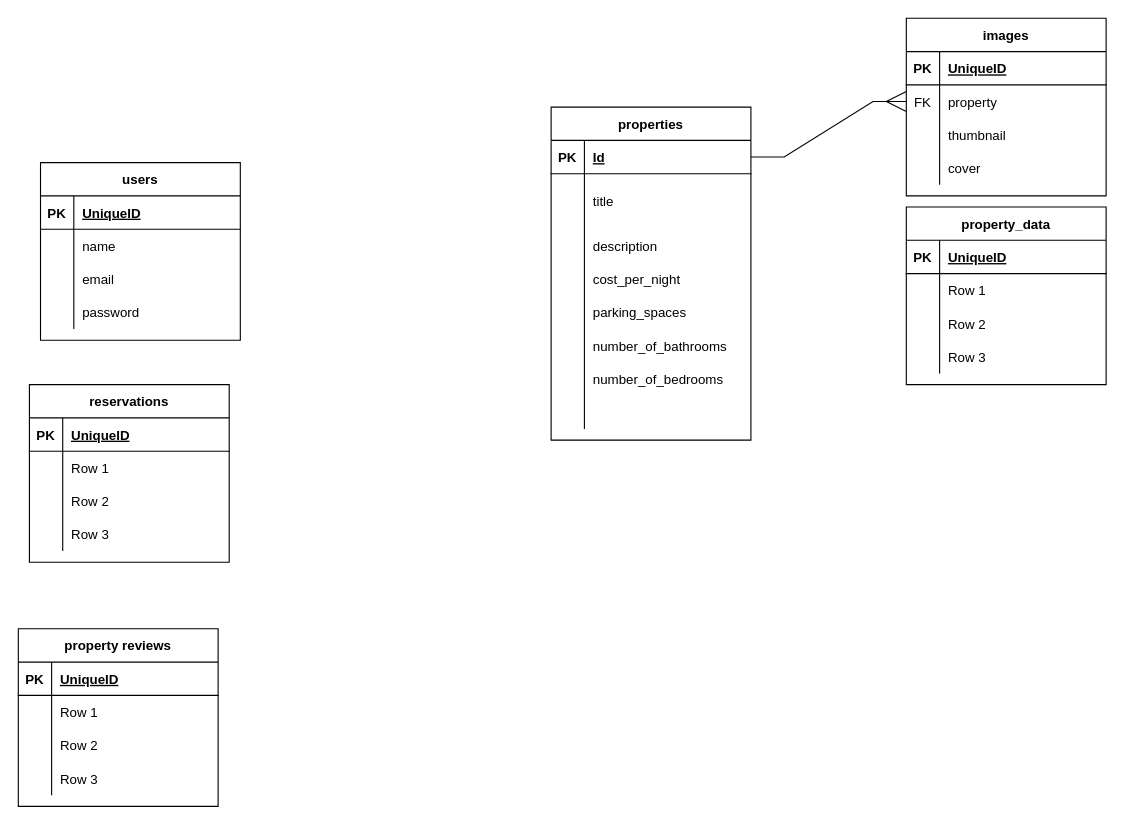
hugo-pb/lightBnB keeps this draw.io diagram as Untitled Diagram.drawio. Above is the earlier version. Source tidied: cells renumbered, new cells numbered last; positions are measured from the earlier drawing's top-left corner, leaving out a move shared by most shapes. Both pictures are drawn from the tidied source at 111%, with x=0, y=0 at pixel (18, 18).
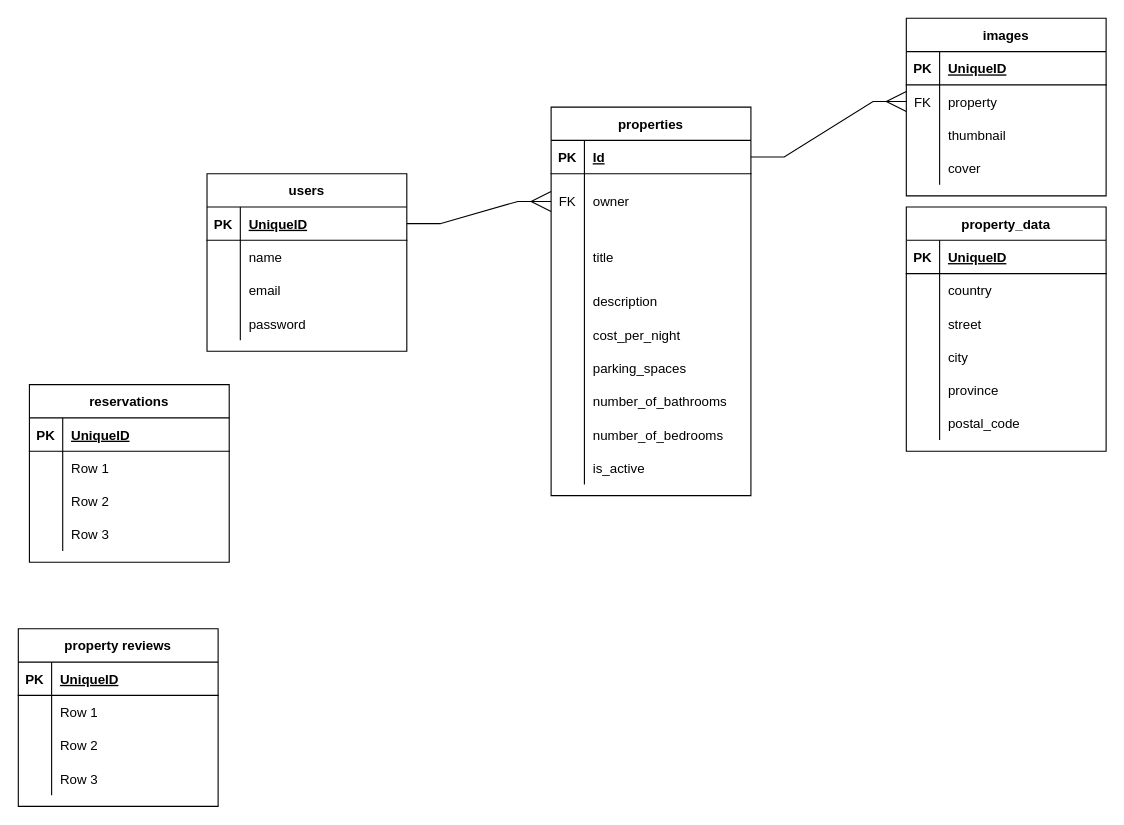
The same page after the edit.

The change refers to these unchanged cells:
```xml
<mxCell id="3" style="shape=tableRow;horizontal=0;startSize=0;swimlaneHead=0;swimlaneBody=0;fillColor=none;points=[[0,0.5],[1,0.5]];portConstraint=eastwest;top=0;left=0;right=0;bottom=1;" parent="2" vertex="1">
  <mxGeometry y="30" width="180" height="30" as="geometry" />
</mxCell>
<mxCell id="19" style="shape=tableRow;horizontal=0;startSize=0;swimlaneHead=0;swimlaneBody=0;fillColor=none;points=[[0,0.5],[1,0.5]];portConstraint=eastwest;top=0;left=0;right=0;bottom=0;" parent="15" vertex="1">
  <mxGeometry y="60" width="180" height="50" as="geometry" />
</mxCell>
<mxCell id="84" style="shape=tableRow;horizontal=0;startSize=0;swimlaneHead=0;swimlaneBody=0;fillColor=none;top=0;left=0;right=0;bottom=0;" parent="80" vertex="1">
  <mxGeometry y="60" width="180" height="30" as="geometry" />
</mxCell>
<mxCell id="87" style="shape=tableRow;horizontal=0;startSize=0;swimlaneHead=0;swimlaneBody=0;fillColor=none;top=0;left=0;right=0;bottom=0;" parent="80" vertex="1">
  <mxGeometry y="90" width="180" height="30" as="geometry" />
</mxCell>
<mxCell id="90" style="shape=tableRow;horizontal=0;startSize=0;swimlaneHead=0;swimlaneBody=0;fillColor=none;top=0;left=0;right=0;bottom=0;" parent="80" vertex="1">
  <mxGeometry y="120" width="180" height="30" as="geometry" />
</mxCell>
```

The edit, as a diff of the source:
```diff
@@
     <mxCell id="2" value="users" style="shape=table;startSize=30;childLayout=tableLayout;rowLines=0;fontStyle=1;align=center;" parent="1" vertex="1">
-      <mxGeometry x="20" y="130" width="180" height="160" as="geometry" />
+      <mxGeometry x="170" y="140" width="180" height="160" as="geometry" />
     </mxCell>
@@
     <mxCell id="15" value="properties" style="shape=table;startSize=30;childLayout=tableLayout;rowLines=0;fontStyle=1;align=center;" parent="1" vertex="1">
-      <mxGeometry x="480" y="80" width="180" height="300" as="geometry" />
+      <mxGeometry x="480" y="80" width="180" height="350" as="geometry" />
     </mxCell>
@@
-    <mxCell id="20" style="shape=partialRectangle;fillColor=none;top=0;left=0;bottom=0;right=0;overflow=hidden;" parent="19" vertex="1">
+    <mxCell id="20" value="FK" style="shape=partialRectangle;fillColor=none;top=0;left=0;bottom=0;right=0;overflow=hidden;" parent="19" vertex="1">
       <mxGeometry width="30" height="50" as="geometry" />
     </mxCell>
-    <mxCell id="21" value="title" style="shape=partialRectangle;fillColor=none;top=0;left=0;bottom=0;right=0;align=left;spacingLeft=6;overflow=hidden;" parent="19" vertex="1">
+    <mxCell id="21" value="owner" style="shape=partialRectangle;fillColor=none;top=0;left=0;bottom=0;right=0;align=left;spacingLeft=6;overflow=hidden;" parent="19" vertex="1">
       <mxGeometry x="30" width="150" height="50" as="geometry" />
     </mxCell>
+    <mxCell id="93" style="shape=tableRow;horizontal=0;startSize=0;swimlaneHead=0;swimlaneBody=0;fillColor=none;top=0;left=0;right=0;bottom=0;" parent="15" vertex="1">
+      <mxGeometry y="110" width="180" height="50" as="geometry" />
+    </mxCell>
+    <mxCell id="94" style="shape=partialRectangle;fillColor=none;top=0;left=0;bottom=0;right=0;overflow=hidden;" parent="93" vertex="1">
+      <mxGeometry width="30" height="50" as="geometry" />
+    </mxCell>
+    <mxCell id="95" value="title" style="shape=partialRectangle;fillColor=none;top=0;left=0;bottom=0;right=0;align=left;spacingLeft=6;overflow=hidden;" parent="93" vertex="1">
+      <mxGeometry x="30" width="150" height="50" as="geometry" />
+    </mxCell>
     <mxCell id="22" style="shape=tableRow;horizontal=0;startSize=0;swimlaneHead=0;swimlaneBody=0;fillColor=none;top=0;left=0;right=0;bottom=0;" parent="15" vertex="1">
-      <mxGeometry y="110" width="180" height="30" as="geometry" />
+      <mxGeometry y="160" width="180" height="30" as="geometry" />
     </mxCell>
@@
     <mxCell id="25" style="shape=tableRow;horizontal=0;startSize=0;swimlaneHead=0;swimlaneBody=0;fillColor=none;top=0;left=0;right=0;bottom=0;" parent="15" vertex="1">
-      <mxGeometry y="140" width="180" height="30" as="geometry" />
+      <mxGeometry y="190" width="180" height="30" as="geometry" />
     </mxCell>
@@
     <mxCell id="28" style="shape=tableRow;horizontal=0;startSize=0;swimlaneHead=0;swimlaneBody=0;fillColor=none;top=0;left=0;right=0;bottom=0;" parent="15" vertex="1">
-      <mxGeometry y="170" width="180" height="30" as="geometry" />
+      <mxGeometry y="220" width="180" height="30" as="geometry" />
     </mxCell>
@@
     <mxCell id="31" style="shape=tableRow;horizontal=0;startSize=0;swimlaneHead=0;swimlaneBody=0;fillColor=none;top=0;left=0;right=0;bottom=0;" parent="15" vertex="1">
-      <mxGeometry y="200" width="180" height="30" as="geometry" />
+      <mxGeometry y="250" width="180" height="30" as="geometry" />
     </mxCell>
@@
     <mxCell id="34" style="shape=tableRow;horizontal=0;startSize=0;swimlaneHead=0;swimlaneBody=0;fillColor=none;top=0;left=0;right=0;bottom=0;" parent="15" vertex="1">
-      <mxGeometry y="230" width="180" height="30" as="geometry" />
+      <mxGeometry y="280" width="180" height="30" as="geometry" />
     </mxCell>
@@
     <mxCell id="37" style="shape=tableRow;horizontal=0;startSize=0;swimlaneHead=0;swimlaneBody=0;fillColor=none;top=0;left=0;right=0;bottom=0;" parent="15" vertex="1">
-      <mxGeometry y="260" width="180" height="30" as="geometry" />
+      <mxGeometry y="310" width="180" height="30" as="geometry" />
     </mxCell>
@@
-    <mxCell id="39" style="shape=partialRectangle;fillColor=none;top=0;left=0;bottom=0;right=0;align=left;spacingLeft=6;overflow=hidden;" parent="37" vertex="1">
+    <mxCell id="39" value="is_active" style="shape=partialRectangle;fillColor=none;top=0;left=0;bottom=0;right=0;align=left;spacingLeft=6;overflow=hidden;" parent="37" vertex="1">
       <mxGeometry x="30" width="150" height="30" as="geometry" />
     </mxCell>
@@
     <mxCell id="80" value="property_data" style="shape=table;startSize=30;childLayout=tableLayout;rowLines=0;fontStyle=1;align=center;" parent="1" vertex="1">
-      <mxGeometry x="800" y="170" width="180" height="160" as="geometry" />
+      <mxGeometry x="800" y="170" width="180" height="220" as="geometry" />
     </mxCell>
@@
-    <mxCell id="86" value="Row 1" style="shape=partialRectangle;fillColor=none;top=0;left=0;bottom=0;right=0;align=left;spacingLeft=6;overflow=hidden;" parent="84" vertex="1">
+    <mxCell id="86" value="country" style="shape=partialRectangle;fillColor=none;top=0;left=0;bottom=0;right=0;align=left;spacingLeft=6;overflow=hidden;" parent="84" vertex="1">
       <mxGeometry x="30" width="150" height="30" as="geometry" />
     </mxCell>
@@
-    <mxCell id="89" value="Row 2" style="shape=partialRectangle;fillColor=none;top=0;left=0;bottom=0;right=0;align=left;spacingLeft=6;overflow=hidden;" parent="87" vertex="1">
+    <mxCell id="89" value="street" style="shape=partialRectangle;fillColor=none;top=0;left=0;bottom=0;right=0;align=left;spacingLeft=6;overflow=hidden;" parent="87" vertex="1">
       <mxGeometry x="30" width="150" height="30" as="geometry" />
     </mxCell>
@@
-    <mxCell id="92" value="Row 3" style="shape=partialRectangle;fillColor=none;top=0;left=0;bottom=0;right=0;align=left;spacingLeft=6;overflow=hidden;" parent="90" vertex="1">
+    <mxCell id="92" value="city" style="shape=partialRectangle;fillColor=none;top=0;left=0;bottom=0;right=0;align=left;spacingLeft=6;overflow=hidden;" parent="90" vertex="1">
       <mxGeometry x="30" width="150" height="30" as="geometry" />
     </mxCell>
+    <mxCell id="96" style="shape=tableRow;horizontal=0;startSize=0;swimlaneHead=0;swimlaneBody=0;fillColor=none;top=0;left=0;right=0;bottom=0;" parent="80" vertex="1">
+      <mxGeometry y="150" width="180" height="30" as="geometry" />
+    </mxCell>
+    <mxCell id="97" style="shape=partialRectangle;fillColor=none;top=0;left=0;bottom=0;right=0;overflow=hidden;" parent="96" vertex="1">
+      <mxGeometry width="30" height="30" as="geometry" />
+    </mxCell>
+    <mxCell id="98" value="province" style="shape=partialRectangle;fillColor=none;top=0;left=0;bottom=0;right=0;align=left;spacingLeft=6;overflow=hidden;" parent="96" vertex="1">
+      <mxGeometry x="30" width="150" height="30" as="geometry" />
+    </mxCell>
+    <mxCell id="99" style="shape=tableRow;horizontal=0;startSize=0;swimlaneHead=0;swimlaneBody=0;fillColor=none;top=0;left=0;right=0;bottom=0;" parent="80" vertex="1">
+      <mxGeometry y="180" width="180" height="30" as="geometry" />
+    </mxCell>
+    <mxCell id="100" style="shape=partialRectangle;fillColor=none;top=0;left=0;bottom=0;right=0;overflow=hidden;" parent="99" vertex="1">
+      <mxGeometry width="30" height="30" as="geometry" />
+    </mxCell>
+    <mxCell id="101" value="postal_code" style="shape=partialRectangle;fillColor=none;top=0;left=0;bottom=0;right=0;align=left;spacingLeft=6;overflow=hidden;" parent="99" vertex="1">
+      <mxGeometry x="30" width="150" height="30" as="geometry" />
+    </mxCell>
+    <mxCell id="102" style="edgeStyle=entityRelationEdgeStyle;fontSize=12;html=1;endArrow=ERmany;rounded=0;startSize=8;endSize=16;entryX=0;entryY=0.5;entryDx=0;entryDy=0;" parent="1" edge="1" source="3" target="19">
+      <mxGeometry relative="1" as="geometry" />
+    </mxCell>
```
